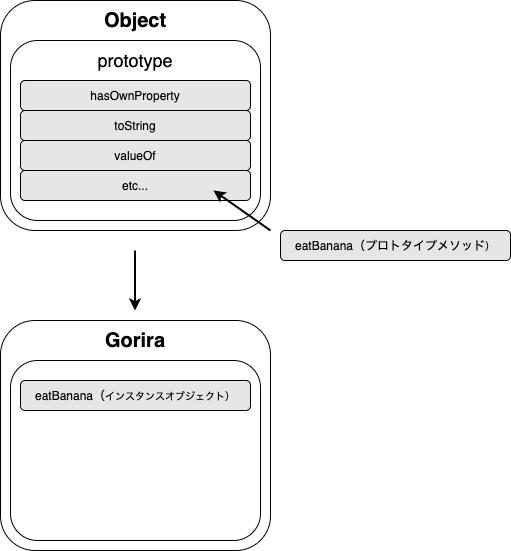
This is my_manual/javascript_summary/class/prototype_method_instance_method.png from dodonki1223/image_garage, a draw.io export, as it was before one commit. Source tidied: cells renumbered, new cells last; positions are measured from the earlier drawing's top-left corner, leaving out a move shared by most shapes.
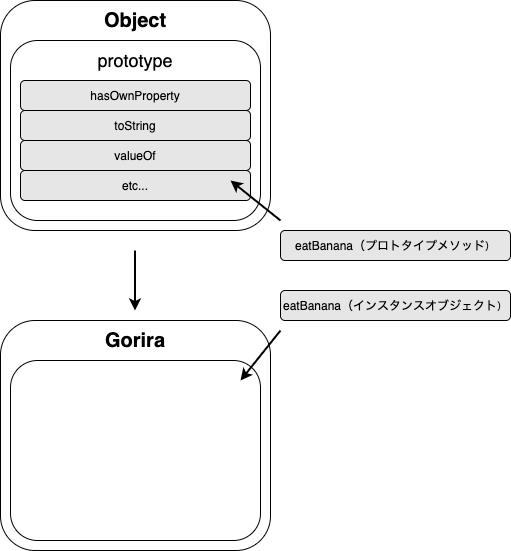
Above is the later version.

Commit message:
edit prototype_method_instance_method

The edit, as a diff of the source:
```diff
@@ -41,17 +41,23 @@
     <mxCell id="13" style="rounded=1;whiteSpace=wrap;html=1;" parent="1" vertex="1">
       <mxGeometry x="10" y="360" width="250" height="180" as="geometry" />
     </mxCell>
-    <mxCell id="14" value="eatBanana（&lt;font style=&quot;font-size: 10px&quot;&gt;インスタンスオブジェクト&lt;/font&gt;&lt;font style=&quot;font-size: 10px&quot;&gt;）&lt;/font&gt;" style="rounded=1;whiteSpace=wrap;html=1;fillColor=#E6E6E6;" parent="1" vertex="1">
-      <mxGeometry x="20" y="380" width="230" height="30" as="geometry" />
+    <mxCell id="14" value="eatBanana（&lt;font style=&quot;font-size: 12px&quot;&gt;インスタンスオブジェクト&lt;/font&gt;&lt;font style=&quot;font-size: 10px&quot;&gt;）&lt;/font&gt;" style="rounded=1;whiteSpace=wrap;html=1;fillColor=#E6E6E6;" parent="1" vertex="1">
+      <mxGeometry x="280" y="290" width="230" height="30" as="geometry" />
     </mxCell>
-    <mxCell id="15" style="endArrow=classic;html=1;strokeWidth=2;" parent="1" edge="1">
-      <mxGeometry relative="1" as="geometry">
-        <mxPoint x="270" y="230" as="sourcePoint" />
-        <mxPoint x="213" y="190" as="targetPoint" />
-      </mxGeometry>
-    </mxCell>
     <mxCell id="16" value="eatBanana（プロトタイプメソッド&lt;font style=&quot;font-size: 10px&quot;&gt;）&lt;/font&gt;" style="rounded=1;whiteSpace=wrap;html=1;fillColor=#E6E6E6;" parent="1" vertex="1">
       <mxGeometry x="280" y="230" width="230" height="30" as="geometry" />
     </mxCell>
+    <mxCell id="17" style="endArrow=classic;html=1;strokeWidth=2;" parent="1" edge="1">
+      <mxGeometry relative="1" as="geometry">
+        <mxPoint x="280" y="330" as="sourcePoint" />
+        <mxPoint x="240" y="380" as="targetPoint" />
+      </mxGeometry>
+    </mxCell>
+    <mxCell id="18" style="endArrow=classic;html=1;strokeWidth=2;" parent="1" edge="1">
+      <mxGeometry relative="1" as="geometry">
+        <mxPoint x="280" y="220" as="sourcePoint" />
+        <mxPoint x="230" y="180" as="targetPoint" />
+      </mxGeometry>
+    </mxCell>
   </root>
 </mxGraphModel>
```
